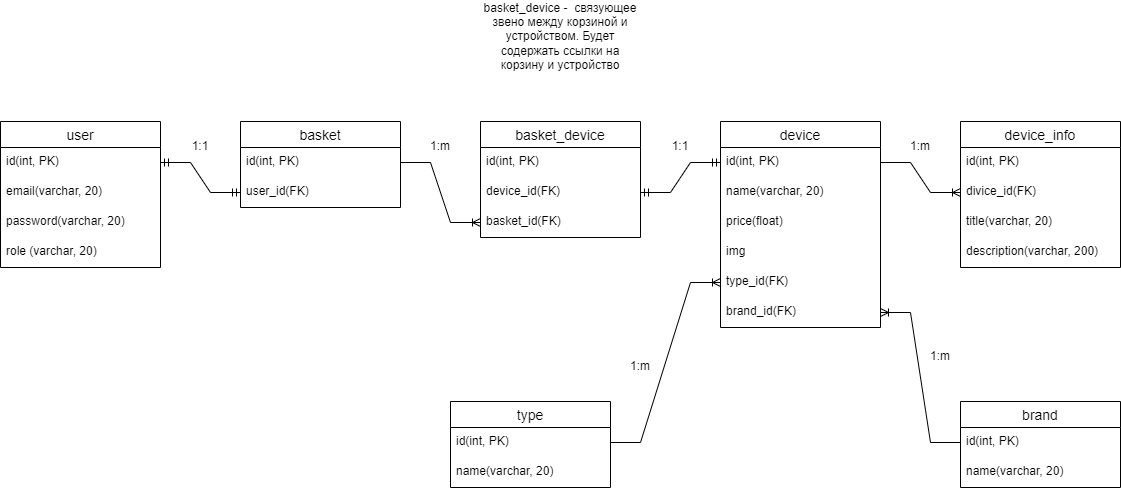
Above: Shoping cart-Страница 2.drawio.png in Stoian-Iulia/PW-II (draw.io), before the change. Source tidied: cells renumbered, new cells last; positions are measured from the earlier drawing's top-left corner, leaving out a move shared by most shapes. The source it was exported from:
```xml
<mxGraphModel>
  <root>
    <mxCell id="0" />
    <mxCell id="1" parent="0" />
    <mxCell id="2" value="user" style="swimlane;fontStyle=0;horizontal=1;startSize=26;align=center;fontSize=14;" parent="1" vertex="1">
      <mxGeometry y="100" width="160" height="146" as="geometry" />
    </mxCell>
    <mxCell id="3" value="id(int, PK)" style="text;strokeColor=none;fillColor=none;spacingLeft=4;spacingRight=4;overflow=hidden;points=[[0,0.5],[1,0.5]];portConstraint=eastwest;fontSize=12;" parent="2" vertex="1">
      <mxGeometry y="26" width="160" height="30" as="geometry" />
    </mxCell>
    <mxCell id="4" value="email(varchar, 20)" style="text;strokeColor=none;fillColor=none;spacingLeft=4;spacingRight=4;overflow=hidden;fontSize=12;" parent="2" vertex="1">
      <mxGeometry y="56" width="160" height="30" as="geometry" />
    </mxCell>
    <mxCell id="5" value="password(varchar, 20)" style="text;strokeColor=none;fillColor=none;spacingLeft=4;spacingRight=4;overflow=hidden;fontSize=12;" parent="2" vertex="1">
      <mxGeometry y="86" width="160" height="30" as="geometry" />
    </mxCell>
    <mxCell id="6" value="role (varchar, 20)" style="text;strokeColor=none;fillColor=none;spacingLeft=4;spacingRight=4;overflow=hidden;fontSize=12;" parent="2" vertex="1">
      <mxGeometry y="116" width="160" height="30" as="geometry" />
    </mxCell>
    <mxCell id="7" value="basket" style="swimlane;fontStyle=0;horizontal=1;startSize=26;align=center;fontSize=14;" parent="1" vertex="1">
      <mxGeometry x="240" y="100" width="160" height="86" as="geometry" />
    </mxCell>
    <mxCell id="8" value="id(int, PK)" style="text;strokeColor=none;fillColor=none;spacingLeft=4;spacingRight=4;overflow=hidden;points=[[0,0.5],[1,0.5]];portConstraint=eastwest;fontSize=12;" parent="7" vertex="1">
      <mxGeometry y="26" width="160" height="30" as="geometry" />
    </mxCell>
    <mxCell id="9" value="user_id(FK)" style="text;strokeColor=none;fillColor=none;spacingLeft=4;spacingRight=4;overflow=hidden;points=[[0,0.5],[1,0.5]];portConstraint=eastwest;fontSize=12;" parent="7" vertex="1">
      <mxGeometry y="56" width="160" height="30" as="geometry" />
    </mxCell>
    <mxCell id="10" style="edgeStyle=entityRelationEdgeStyle;fontSize=12;html=1;endArrow=ERmandOne;startArrow=ERmandOne;rounded=0;entryX=0;entryY=0.5;entryDx=0;entryDy=0;" parent="1" edge="1" source="3" target="9">
      <mxGeometry relative="1" as="geometry" />
    </mxCell>
    <mxCell id="11" value="device" style="swimlane;fontStyle=0;horizontal=1;startSize=26;align=center;fontSize=14;" parent="1" vertex="1">
      <mxGeometry x="720" y="100" width="160" height="206" as="geometry" />
    </mxCell>
    <mxCell id="12" value="id(int, PK)" style="text;strokeColor=none;fillColor=none;spacingLeft=4;spacingRight=4;overflow=hidden;points=[[0,0.5],[1,0.5]];portConstraint=eastwest;fontSize=12;" parent="11" vertex="1">
      <mxGeometry y="26" width="160" height="30" as="geometry" />
    </mxCell>
    <mxCell id="13" value="name(varchar, 20)" style="text;strokeColor=none;fillColor=none;spacingLeft=4;spacingRight=4;overflow=hidden;fontSize=12;" parent="11" vertex="1">
      <mxGeometry y="56" width="160" height="30" as="geometry" />
    </mxCell>
    <mxCell id="14" value="price(float)" style="text;strokeColor=none;fillColor=none;spacingLeft=4;spacingRight=4;overflow=hidden;fontSize=12;" parent="11" vertex="1">
      <mxGeometry y="86" width="160" height="30" as="geometry" />
    </mxCell>
    <mxCell id="15" value="img" style="text;strokeColor=none;fillColor=none;spacingLeft=4;spacingRight=4;overflow=hidden;fontSize=12;" parent="11" vertex="1">
      <mxGeometry y="116" width="160" height="30" as="geometry" />
    </mxCell>
    <mxCell id="16" value="type_id(FK)" style="text;strokeColor=none;fillColor=none;spacingLeft=4;spacingRight=4;overflow=hidden;points=[[0,0.5],[1,0.5]];portConstraint=eastwest;fontSize=12;" parent="11" vertex="1">
      <mxGeometry y="146" width="160" height="30" as="geometry" />
    </mxCell>
    <mxCell id="17" value="brand_id(FK)" style="text;strokeColor=none;fillColor=none;spacingLeft=4;spacingRight=4;overflow=hidden;points=[[0,0.5],[1,0.5]];portConstraint=eastwest;fontSize=12;" parent="11" vertex="1">
      <mxGeometry y="176" width="160" height="30" as="geometry" />
    </mxCell>
    <mxCell id="18" value="type" style="swimlane;fontStyle=0;horizontal=1;startSize=26;align=center;fontSize=14;" parent="1" vertex="1">
      <mxGeometry x="450" y="380" width="160" height="86" as="geometry" />
    </mxCell>
    <mxCell id="19" value="id(int, PK)" style="text;strokeColor=none;fillColor=none;spacingLeft=4;spacingRight=4;overflow=hidden;points=[[0,0.5],[1,0.5]];portConstraint=eastwest;fontSize=12;" parent="18" vertex="1">
      <mxGeometry y="26" width="160" height="30" as="geometry" />
    </mxCell>
    <mxCell id="20" value="name(varchar, 20)" style="text;strokeColor=none;fillColor=none;spacingLeft=4;spacingRight=4;overflow=hidden;fontSize=12;" parent="18" vertex="1">
      <mxGeometry y="56" width="160" height="30" as="geometry" />
    </mxCell>
    <mxCell id="21" value="brand" style="swimlane;fontStyle=0;horizontal=1;startSize=26;align=center;fontSize=14;" parent="1" vertex="1">
      <mxGeometry x="960" y="380" width="160" height="86" as="geometry" />
    </mxCell>
    <mxCell id="22" value="id(int, PK)" style="text;strokeColor=none;fillColor=none;spacingLeft=4;spacingRight=4;overflow=hidden;points=[[0,0.5],[1,0.5]];portConstraint=eastwest;fontSize=12;" parent="21" vertex="1">
      <mxGeometry y="26" width="160" height="30" as="geometry" />
    </mxCell>
    <mxCell id="23" value="name(varchar, 20)" style="text;strokeColor=none;fillColor=none;spacingLeft=4;spacingRight=4;overflow=hidden;fontSize=12;" parent="21" vertex="1">
      <mxGeometry y="56" width="160" height="30" as="geometry" />
    </mxCell>
    <mxCell id="24" style="edgeStyle=entityRelationEdgeStyle;fontSize=12;html=1;endArrow=ERoneToMany;rounded=0;entryX=0;entryY=0.5;entryDx=0;entryDy=0;" parent="1" edge="1" source="19" target="16">
      <mxGeometry relative="1" as="geometry" />
    </mxCell>
    <mxCell id="25" style="edgeStyle=entityRelationEdgeStyle;fontSize=12;html=1;endArrow=ERoneToMany;rounded=0;" parent="1" edge="1" source="22" target="17">
      <mxGeometry relative="1" as="geometry" />
    </mxCell>
    <mxCell id="26" value="device_info" style="swimlane;fontStyle=0;horizontal=1;startSize=26;align=center;fontSize=14;" parent="1" vertex="1">
      <mxGeometry x="960" y="100" width="160" height="146" as="geometry" />
    </mxCell>
    <mxCell id="27" value="id(int, PK)" style="text;strokeColor=none;fillColor=none;spacingLeft=4;spacingRight=4;overflow=hidden;fontSize=12;" parent="26" vertex="1">
      <mxGeometry y="26" width="160" height="30" as="geometry" />
    </mxCell>
    <mxCell id="28" value="divice_id(FK)" style="text;strokeColor=none;fillColor=none;spacingLeft=4;spacingRight=4;overflow=hidden;points=[[0,0.5],[1,0.5]];portConstraint=eastwest;fontSize=12;" parent="26" vertex="1">
      <mxGeometry y="56" width="160" height="30" as="geometry" />
    </mxCell>
    <mxCell id="29" value="title(varchar, 20)" style="text;strokeColor=none;fillColor=none;spacingLeft=4;spacingRight=4;overflow=hidden;fontSize=12;" parent="26" vertex="1">
      <mxGeometry y="86" width="160" height="30" as="geometry" />
    </mxCell>
    <mxCell id="30" value="description(varchar, 200)" style="text;strokeColor=none;fillColor=none;spacingLeft=4;spacingRight=4;overflow=hidden;fontSize=12;" parent="26" vertex="1">
      <mxGeometry y="116" width="160" height="30" as="geometry" />
    </mxCell>
    <mxCell id="31" style="edgeStyle=entityRelationEdgeStyle;fontSize=12;html=1;endArrow=ERoneToMany;rounded=0;" parent="1" edge="1" source="12" target="28">
      <mxGeometry relative="1" as="geometry" />
    </mxCell>
    <mxCell id="32" value="basket_device" style="swimlane;fontStyle=0;horizontal=1;startSize=26;align=center;fontSize=14;" parent="1" vertex="1">
      <mxGeometry x="480" y="100" width="160" height="116" as="geometry" />
    </mxCell>
    <mxCell id="33" value="id(int, PK)" style="text;strokeColor=none;fillColor=none;spacingLeft=4;spacingRight=4;overflow=hidden;fontSize=12;" parent="32" vertex="1">
      <mxGeometry y="26" width="160" height="30" as="geometry" />
    </mxCell>
    <mxCell id="34" value="device_id(FK)" style="text;strokeColor=none;fillColor=none;spacingLeft=4;spacingRight=4;overflow=hidden;points=[[0,0.5],[1,0.5]];portConstraint=eastwest;fontSize=12;" parent="32" vertex="1">
      <mxGeometry y="56" width="160" height="30" as="geometry" />
    </mxCell>
    <mxCell id="35" value="basket_id(FK)" style="text;strokeColor=none;fillColor=none;spacingLeft=4;spacingRight=4;overflow=hidden;points=[[0,0.5],[1,0.5]];portConstraint=eastwest;fontSize=12;" parent="32" vertex="1">
      <mxGeometry y="86" width="160" height="30" as="geometry" />
    </mxCell>
    <mxCell id="36" style="edgeStyle=entityRelationEdgeStyle;fontSize=12;html=1;endArrow=ERoneToMany;rounded=0;" parent="1" edge="1" source="8" target="35">
      <mxGeometry relative="1" as="geometry" />
    </mxCell>
    <mxCell id="37" style="edgeStyle=entityRelationEdgeStyle;fontSize=12;html=1;endArrow=ERmandOne;startArrow=ERmandOne;rounded=0;" parent="1" edge="1" source="34" target="12">
      <mxGeometry relative="1" as="geometry" />
    </mxCell>
    <mxCell id="38" value="1:1" style="text;html=1;strokeColor=none;fillColor=none;align=center;verticalAlign=middle;whiteSpace=wrap;rounded=0;" parent="1" vertex="1">
      <mxGeometry x="170" y="110" width="60" height="30" as="geometry" />
    </mxCell>
    <mxCell id="39" value="1:m" style="text;html=1;strokeColor=none;fillColor=none;align=center;verticalAlign=middle;whiteSpace=wrap;rounded=0;" parent="1" vertex="1">
      <mxGeometry x="610" y="330" width="60" height="30" as="geometry" />
    </mxCell>
    <mxCell id="40" value="1:m" style="text;html=1;strokeColor=none;fillColor=none;align=center;verticalAlign=middle;whiteSpace=wrap;rounded=0;" parent="1" vertex="1">
      <mxGeometry x="910" y="320" width="60" height="30" as="geometry" />
    </mxCell>
    <mxCell id="41" value="1:m" style="text;html=1;strokeColor=none;fillColor=none;align=center;verticalAlign=middle;whiteSpace=wrap;rounded=0;" parent="1" vertex="1">
      <mxGeometry x="890" y="110" width="60" height="30" as="geometry" />
    </mxCell>
    <mxCell id="42" value="1:m" style="text;html=1;strokeColor=none;fillColor=none;align=center;verticalAlign=middle;whiteSpace=wrap;rounded=0;" parent="1" vertex="1">
      <mxGeometry x="410" y="110" width="60" height="30" as="geometry" />
    </mxCell>
    <mxCell id="43" value="1:1" style="text;html=1;strokeColor=none;fillColor=none;align=center;verticalAlign=middle;whiteSpace=wrap;rounded=0;" parent="1" vertex="1">
      <mxGeometry x="650" y="110" width="60" height="30" as="geometry" />
    </mxCell>
    <mxCell id="44" value="basket_device -&amp;nbsp; связующее звено между корзиной и устройством. Будет содержать ссылки на корзину и устройство" style="text;html=1;strokeColor=none;fillColor=none;align=center;verticalAlign=middle;whiteSpace=wrap;rounded=0;" parent="1" vertex="1">
      <mxGeometry x="477" width="166" height="30" as="geometry" />
    </mxCell>
  </root>
</mxGraphModel>
```
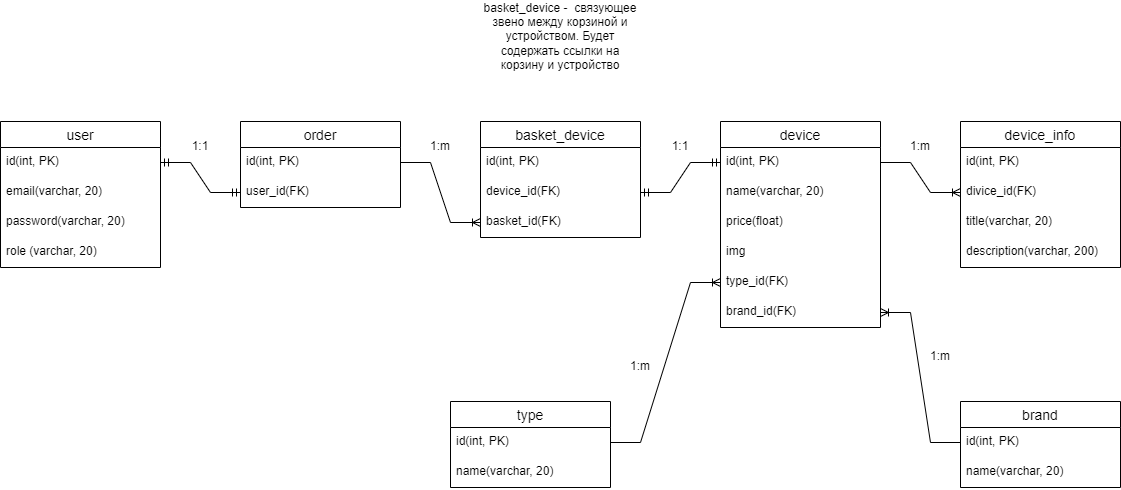
Later version of the same file.

Diff of the diagram source:
```diff
@@ -17,7 +17,7 @@
     <mxCell id="6" value="role (varchar, 20)" style="text;strokeColor=none;fillColor=none;spacingLeft=4;spacingRight=4;overflow=hidden;fontSize=12;" parent="2" vertex="1">
       <mxGeometry y="116" width="160" height="30" as="geometry" />
     </mxCell>
-    <mxCell id="7" value="basket" style="swimlane;fontStyle=0;horizontal=1;startSize=26;align=center;fontSize=14;" parent="1" vertex="1">
+    <mxCell id="7" value="order" style="swimlane;fontStyle=0;horizontal=1;startSize=26;align=center;fontSize=14;" parent="1" vertex="1">
       <mxGeometry x="240" y="100" width="160" height="86" as="geometry" />
     </mxCell>
     <mxCell id="8" value="id(int, PK)" style="text;strokeColor=none;fillColor=none;spacingLeft=4;spacingRight=4;overflow=hidden;points=[[0,0.5],[1,0.5]];portConstraint=eastwest;fontSize=12;" parent="7" vertex="1">
```
